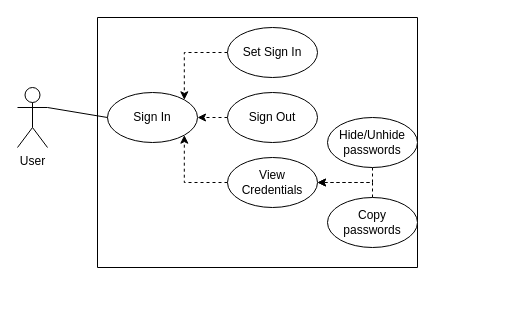
CentralC0re/COMP1004 keeps this draw.io diagram as UseCase.drawio. Above is the earlier version. Source tidied: cells renumbered, new cells numbered last; positions are measured from the earlier drawing's top-left corner, leaving out a move shared by most shapes. Both pictures are drawn from the tidied source at 100%, with x=0, y=0 at pixel (17, 17).
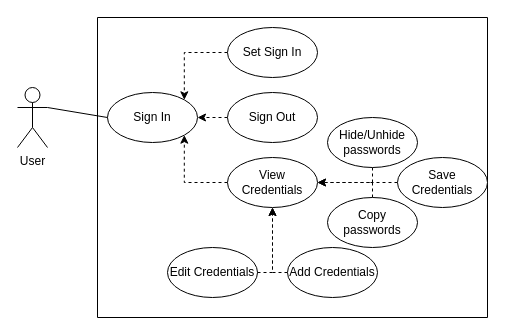
The same page after the edit.

Commit message (it also covers changes not shown here):
UML Diagrams Added

Unchanged cells that the change refers to:
```xml
<mxCell id="9" value="View Credentials" style="ellipse;whiteSpace=wrap;html=1;" parent="2" vertex="1">
  <mxGeometry x="130" y="140" width="90" height="50" as="geometry" />
</mxCell>
```

Diff of the diagram source:
```diff
@@
     <mxCell id="2" style="swimlane;startSize=0;" parent="1" vertex="1">
-      <mxGeometry x="80" width="320" height="250" as="geometry" />
+      <mxGeometry x="80" width="390" height="300" as="geometry" />
     </mxCell>
@@
+    <mxCell id="16" value="Edit Credentials" style="ellipse;whiteSpace=wrap;html=1;" parent="2" vertex="1">
+      <mxGeometry x="70" y="230" width="90" height="50" as="geometry" />
+    </mxCell>
+    <mxCell id="17" style="edgeStyle=orthogonalEdgeStyle;rounded=0;jettySize=auto;html=1;exitX=1;exitY=0.5;exitDx=0;exitDy=0;entryX=0.5;entryY=1;entryDx=0;entryDy=0;dashed=1;" parent="2" edge="1" source="16" target="9">
+      <mxGeometry relative="1" as="geometry">
+        <Array as="points">
+          <mxPoint x="175" y="255" />
+        </Array>
+      </mxGeometry>
+    </mxCell>
+    <mxCell id="18" style="edgeStyle=orthogonalEdgeStyle;rounded=0;jettySize=auto;html=1;exitX=0;exitY=0.5;exitDx=0;exitDy=0;entryX=0.5;entryY=1;entryDx=0;entryDy=0;strokeColor=default;dashed=1;" parent="2" edge="1" source="19" target="9">
+      <mxGeometry relative="1" as="geometry">
+        <Array as="points">
+          <mxPoint x="175" y="255" />
+        </Array>
+      </mxGeometry>
+    </mxCell>
+    <mxCell id="19" value="Add Credentials" style="ellipse;whiteSpace=wrap;html=1;" parent="2" vertex="1">
+      <mxGeometry x="190" y="230" width="90" height="50" as="geometry" />
+    </mxCell>
+    <mxCell id="20" style="edgeStyle=orthogonalEdgeStyle;rounded=0;jettySize=auto;html=1;exitX=0;exitY=0.5;exitDx=0;exitDy=0;dashed=1;endArrow=none;endFill=0;" parent="2" edge="1" source="21">
+      <mxGeometry relative="1" as="geometry">
+        <mxPoint x="270" y="165" as="targetPoint" />
+      </mxGeometry>
+    </mxCell>
+    <mxCell id="21" value="Save Credentials" style="ellipse;whiteSpace=wrap;html=1;" parent="2" vertex="1">
+      <mxGeometry x="300" y="140" width="90" height="50" as="geometry" />
+    </mxCell>
```
